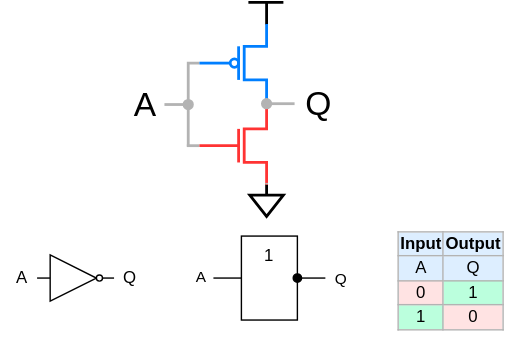
The draw.io diagram .pic/Introduction/How FPGA works/fig_07.drawio.svg in MPSU/APS, before a commit. Source tidied: cells renumbered, new cells last; positions are measured from the earlier drawing's top-left corner, leaving out a move shared by most shapes.
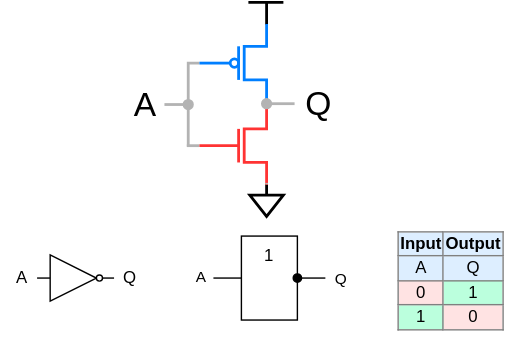
Above is the later version.

Change to the diagram source:
```diff
@@ -139,7 +139,7 @@
         <mxPoint x="14" y="1" as="offset" />
       </mxGeometry>
     </mxCell>
-    <mxCell id="26" value="&lt;table border=&quot;1&quot; class=&quot;wikitable&quot; style=&quot;float: right; border: 1px solid rgb(179, 179, 179); border-collapse: collapse;&quot;&gt;&lt;tbody&gt;&lt;tr style=&quot;background:#def; text-align:center;&quot;&gt;&lt;td&gt;&lt;b&gt;Input&lt;/b&gt;&lt;/td&gt;&lt;td&gt;&lt;b&gt;Output&lt;/b&gt;&lt;br&gt;&lt;/td&gt;&lt;/tr&gt;&lt;tr style=&quot;background:#def; text-align:center;&quot;&gt;&lt;td&gt;A&lt;/td&gt;&lt;td&gt;Q&lt;br&gt;&lt;/td&gt;&lt;/tr&gt;&lt;tr&gt;&lt;td style=&quot;background: #FFE3E3; color: black; vertical-align: middle; text-align: center;&quot; class=&quot;table-no2&quot;&gt;0&lt;/td&gt;&lt;td style=&quot;background:#bfd; color:black; vertical-align:middle; text-align:center;&quot; class=&quot;table-yes2&quot;&gt;1&lt;br&gt;&lt;/td&gt;&lt;/tr&gt;&lt;tr&gt;&lt;td style=&quot;background:#bfd; color:black; vertical-align:middle; text-align:center;&quot; class=&quot;table-yes2&quot;&gt;1&lt;/td&gt;&lt;td style=&quot;background: #FFE3E3; color: black; vertical-align: middle; text-align: center;&quot; class=&quot;table-no2&quot;&gt;0&lt;br&gt;&lt;/td&gt;&lt;/tr&gt;&lt;/tbody&gt;&lt;/table&gt;" style="text;whiteSpace=wrap;html=1;" parent="1" vertex="1">
+    <mxCell id="26" value="&lt;table border=&quot;1&quot; class=&quot;wikitable&quot; style=&quot;float: right; border: 1px solid rgb(128, 128, 128); border-collapse: collapse;&quot;&gt;&lt;tbody&gt;&lt;tr style=&quot;background:#def; text-align:center;&quot;&gt;&lt;td style=&quot;border: 1px solid rgb(128, 128, 128);&quot;&gt;&lt;b&gt;Input&lt;/b&gt;&lt;/td&gt;&lt;td style=&quot;border: 1px solid rgb(128, 128, 128);&quot;&gt;&lt;b&gt;Output&lt;/b&gt;&lt;br&gt;&lt;/td&gt;&lt;/tr&gt;&lt;tr style=&quot;background:#def; text-align:center;&quot;&gt;&lt;td style=&quot;border: 1px solid rgb(128, 128, 128);&quot;&gt;A&lt;/td&gt;&lt;td style=&quot;border: 1px solid rgb(128, 128, 128);&quot;&gt;Q&lt;br&gt;&lt;/td&gt;&lt;/tr&gt;&lt;tr&gt;&lt;td style=&quot;background: #FFE3E3; color: black; vertical-align: middle; text-align: center; border: 1px solid rgb(128, 128, 128);&quot; class=&quot;table-no2&quot;&gt;0&lt;/td&gt;&lt;td style=&quot;background:#bfd; color:black; vertical-align:middle; text-align:center; border: 1px solid rgb(128, 128, 128);&quot; class=&quot;table-yes2&quot;&gt;1&lt;br&gt;&lt;/td&gt;&lt;/tr&gt;&lt;tr&gt;&lt;td style=&quot;background:#bfd; color:black; vertical-align:middle; text-align:center; border: 1px solid rgb(128, 128, 128);&quot; class=&quot;table-yes2&quot;&gt;1&lt;/td&gt;&lt;td style=&quot;background: #FFE3E3; color: black; vertical-align: middle; text-align: center; border: 1px solid rgb(128, 128, 128);&quot; class=&quot;table-no2&quot;&gt;0&lt;br&gt;&lt;/td&gt;&lt;/tr&gt;&lt;/tbody&gt;&lt;/table&gt;" style="text;whiteSpace=wrap;html=1;" parent="1" vertex="1">
       <mxGeometry x="282" y="157" width="80" height="90" as="geometry" />
     </mxCell>
   </root>
```
